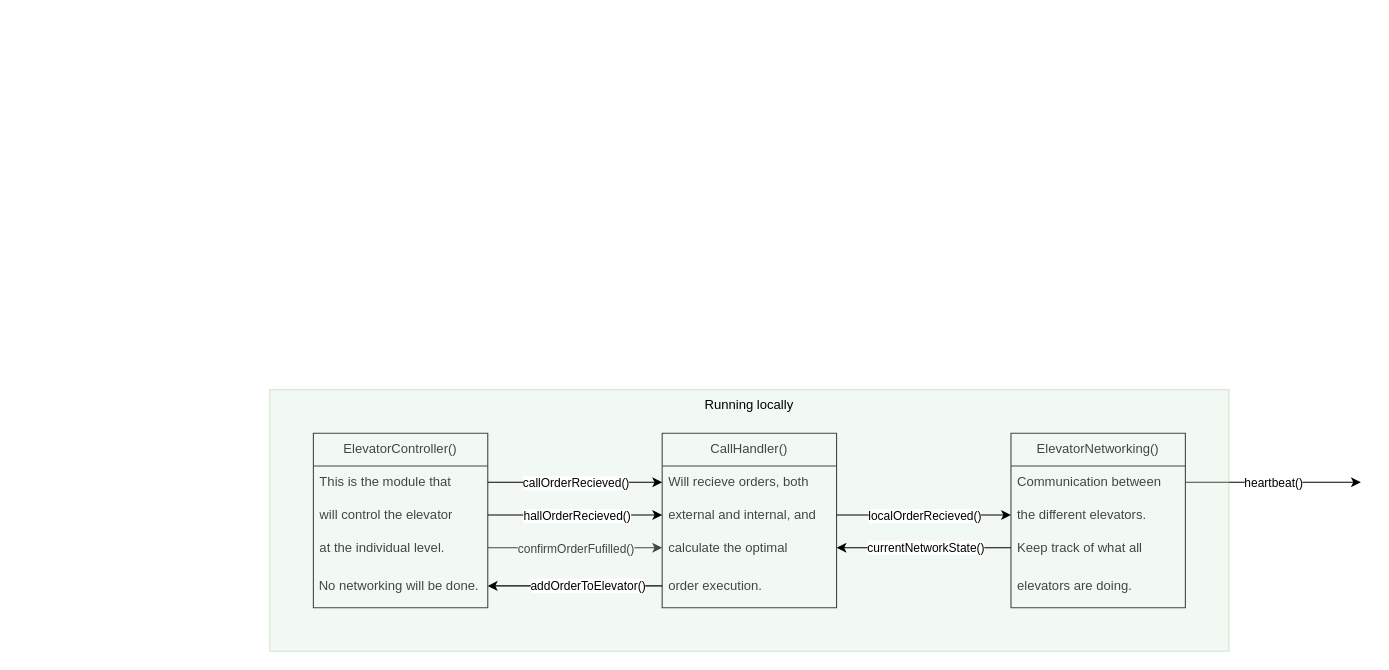
jensmunkerud/ElevatorProject keeps this draw.io diagram as Documentation/planForProgram.drawio. Above is the earlier version. Source tidied: cells renumbered, new cells numbered last; positions are measured from the earlier drawing's top-left corner, leaving out a move shared by most shapes. Both pictures are drawn from the tidied source at 109%, with x=0, y=0 at pixel (269, 389).
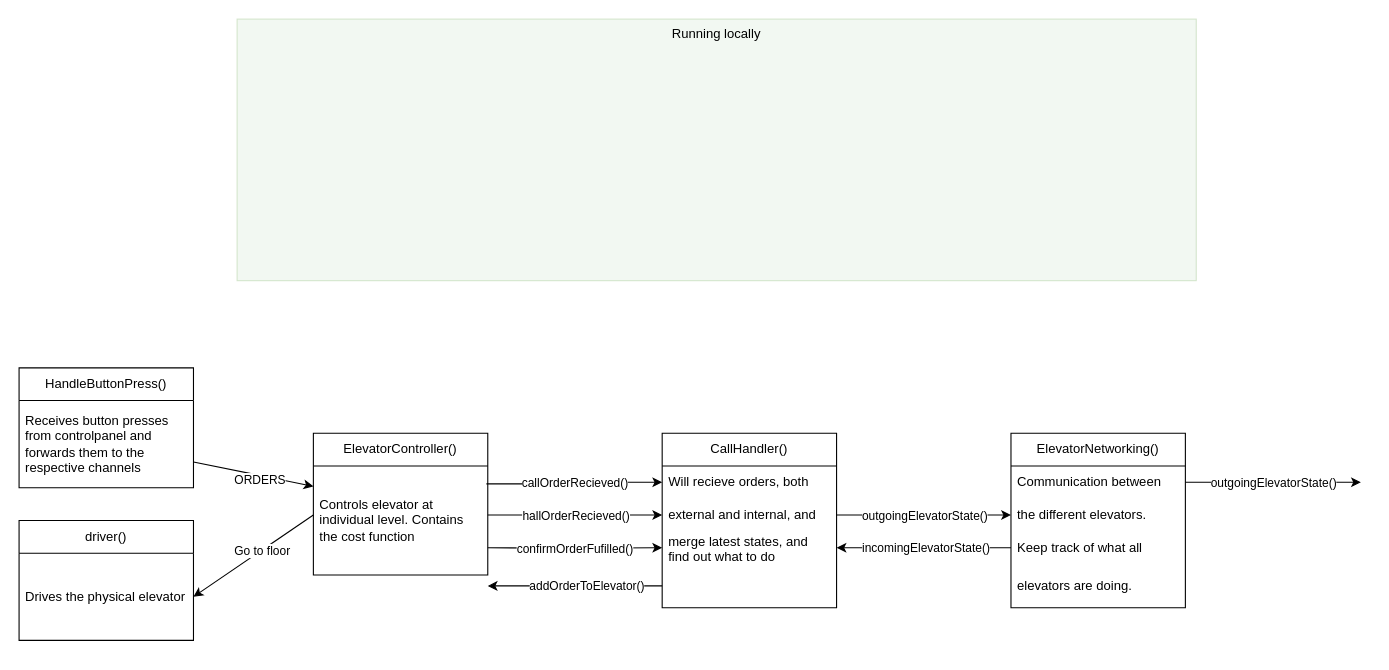
Above is the later version.

Commit message:
updated program graph

Unchanged cells that the change refers to:
```xml
<mxCell id="7" value="CallHandler()" style="swimlane;fontStyle=0;horizontal=1;startSize=30;whiteSpace=wrap;html=1;" parent="1" vertex="1">
  <mxGeometry x="360" y="40" width="160" height="160" as="geometry" />
</mxCell>
<mxCell id="8" value="Will recieve orders, both" style="text;strokeColor=none;fillColor=none;align=left;verticalAlign=middle;spacingLeft=4;spacingRight=4;overflow=hidden;points=[[0,0.5],[1,0.5]];portConstraint=eastwest;whiteSpace=wrap;html=1;" parent="7" vertex="1">
  <mxGeometry y="30" width="160" height="30" as="geometry" />
</mxCell>
<mxCell id="9" value="external and internal, and" style="text;strokeColor=none;fillColor=none;align=left;verticalAlign=middle;spacingLeft=4;spacingRight=4;overflow=hidden;points=[[0,0.5],[1,0.5]];portConstraint=eastwest;whiteSpace=wrap;html=1;" parent="7" vertex="1">
  <mxGeometry y="60" width="160" height="30" as="geometry" />
</mxCell>
<mxCell id="13" style="edgeStyle=orthogonalEdgeStyle;rounded=0;jettySize=auto;html=1;" parent="12" edge="1" source="15">
  <mxGeometry relative="1" as="geometry">
    <mxPoint x="321" y="45" as="targetPoint" />
  </mxGeometry>
</mxCell>
<mxCell id="28" style="edgeStyle=orthogonalEdgeStyle;rounded=0;jettySize=auto;html=1;entryX=0;entryY=0.5;entryDx=0;entryDy=0;" parent="1" edge="1" source="9" target="16">
  <mxGeometry relative="1" as="geometry" />
</mxCell>
<mxCell id="30" style="edgeStyle=orthogonalEdgeStyle;rounded=0;jettySize=auto;html=1;entryX=1;entryY=0.5;entryDx=0;entryDy=0;" parent="1" edge="1" source="17" target="10">
  <mxGeometry relative="1" as="geometry" />
</mxCell>
```

What changed in the source:
```diff
@@
     <mxCell id="2" value="ElevatorController()" style="swimlane;fontStyle=0;horizontal=1;startSize=30;whiteSpace=wrap;html=1;" parent="1" vertex="1">
-      <mxGeometry x="40" y="40" width="160" height="160" as="geometry" />
+      <mxGeometry x="40" y="40" width="160" height="130" as="geometry" />
     </mxCell>
-    <mxCell id="3" value="This is the module that" style="text;strokeColor=none;fillColor=none;align=left;verticalAlign=middle;spacingLeft=4;spacingRight=4;overflow=hidden;points=[[0,0.5],[1,0.5]];portConstraint=eastwest;whiteSpace=wrap;html=1;" parent="2" vertex="1">
-      <mxGeometry y="30" width="160" height="30" as="geometry" />
+    <mxCell id="3" value="Controls elevator at individual level. Contains the cost function" style="text;strokeColor=none;fillColor=none;align=left;verticalAlign=middle;spacingLeft=4;spacingRight=4;overflow=hidden;points=[[0,0.5],[1,0.5]];portConstraint=eastwest;whiteSpace=wrap;html=1;" parent="2" vertex="1">
+      <mxGeometry y="30" width="160" height="100" as="geometry" />
     </mxCell>
-    <mxCell id="4" value="will control the elevator" style="text;strokeColor=none;fillColor=none;align=left;verticalAlign=middle;spacingLeft=4;spacingRight=4;overflow=hidden;points=[[0,0.5],[1,0.5]];portConstraint=eastwest;whiteSpace=wrap;html=1;" parent="2" vertex="1">
-      <mxGeometry y="60" width="160" height="30" as="geometry" />
-    </mxCell>
-    <mxCell id="5" value="at the individual level." style="text;strokeColor=none;fillColor=none;align=left;verticalAlign=middle;spacingLeft=4;spacingRight=4;overflow=hidden;points=[[0,0.5],[1,0.5]];portConstraint=eastwest;whiteSpace=wrap;html=1;" parent="2" vertex="1">
-      <mxGeometry y="90" width="160" height="30" as="geometry" />
-    </mxCell>
-    <mxCell id="6" value="&amp;nbsp;No networking will be done." style="rounded=0;whiteSpace=wrap;html=1;align=left;opacity=0;" parent="2" vertex="1">
-      <mxGeometry y="120" width="160" height="40" as="geometry" />
-    </mxCell>
@@
-    <mxCell id="10" value="calculate the optimal" style="text;strokeColor=none;fillColor=none;align=left;verticalAlign=middle;spacingLeft=4;spacingRight=4;overflow=hidden;points=[[0,0.5],[1,0.5]];portConstraint=eastwest;whiteSpace=wrap;html=1;" parent="7" vertex="1">
+    <mxCell id="10" value="merge latest states, and find out what to do" style="text;strokeColor=none;fillColor=none;align=left;verticalAlign=middle;spacingLeft=4;spacingRight=4;overflow=hidden;points=[[0,0.5],[1,0.5]];portConstraint=eastwest;whiteSpace=wrap;html=1;" parent="7" vertex="1">
       <mxGeometry y="90" width="160" height="30" as="geometry" />
     </mxCell>
-    <mxCell id="11" value="order execution." style="text;strokeColor=none;fillColor=none;align=left;verticalAlign=middle;spacingLeft=4;spacingRight=4;overflow=hidden;points=[[0,0.5],[1,0.5]];portConstraint=eastwest;whiteSpace=wrap;html=1;" parent="7" vertex="1">
+    <mxCell id="11" value="&amp;nbsp;" style="text;strokeColor=none;fillColor=none;align=left;verticalAlign=middle;spacingLeft=4;spacingRight=4;overflow=hidden;points=[[0,0.5],[1,0.5]];portConstraint=eastwest;whiteSpace=wrap;html=1;" parent="7" vertex="1">
       <mxGeometry y="120" width="160" height="40" as="geometry" />
     </mxCell>
@@
-    <mxCell id="14" value="heartbeat()" style="edgeLabel;html=1;align=center;verticalAlign=middle;" parent="13" vertex="1">
+    <mxCell id="14" value="outgoingElevatorState()" style="edgeLabel;html=1;align=center;verticalAlign=middle;" parent="13" vertex="1">
       <mxGeometry x="-0.14" y="-3" relative="1" as="geometry">
         <mxPoint x="11" y="-3" as="offset" />
       </mxGeometry>
     </mxCell>
@@
-    <mxCell id="19" style="edgeStyle=orthogonalEdgeStyle;rounded=0;jettySize=auto;html=1;entryX=0;entryY=0.5;entryDx=0;entryDy=0;exitX=1;exitY=0.5;exitDx=0;exitDy=0;" parent="1" edge="1" source="5" target="10">
-      <mxGeometry relative="1" as="geometry" />
+    <mxCell id="19" style="edgeStyle=orthogonalEdgeStyle;rounded=0;jettySize=auto;html=1;entryX=0;entryY=0.5;entryDx=0;entryDy=0;exitX=1;exitY=0.5;exitDx=0;exitDy=0;" parent="1" edge="1" target="10">
+      <mxGeometry relative="1" as="geometry">
+        <mxPoint x="200" y="145" as="sourcePoint" />
+      </mxGeometry>
     </mxCell>
@@
     <mxCell id="21" value="Running locally" style="rounded=0;whiteSpace=wrap;html=1;fillColor=#d5e8d4;strokeColor=#82b366;opacity=30;verticalAlign=top;" parent="1" vertex="1">
-      <mxGeometry width="880" height="240" as="geometry" />
+      <mxGeometry x="-30" y="-340" width="880" height="240" as="geometry" />
     </mxCell>
-    <mxCell id="22" style="edgeStyle=orthogonalEdgeStyle;rounded=0;jettySize=auto;html=1;entryX=1;entryY=0.5;entryDx=0;entryDy=0;startArrow=classic;startFill=1;endArrow=none;endFill=0;" parent="1" edge="1" source="9" target="4">
-      <mxGeometry relative="1" as="geometry" />
+    <mxCell id="22" style="edgeStyle=orthogonalEdgeStyle;rounded=0;jettySize=auto;html=1;entryX=1;entryY=0.5;entryDx=0;entryDy=0;startArrow=classic;startFill=1;endArrow=none;endFill=0;" parent="1" edge="1" source="9">
+      <mxGeometry relative="1" as="geometry">
+        <mxPoint x="200" y="115" as="targetPoint" />
+      </mxGeometry>
     </mxCell>
@@
-    <mxCell id="24" style="edgeStyle=orthogonalEdgeStyle;rounded=0;jettySize=auto;html=1;entryX=0;entryY=0.5;entryDx=0;entryDy=0;" parent="1" edge="1" source="3" target="8">
+    <mxCell id="24" style="edgeStyle=orthogonalEdgeStyle;rounded=0;jettySize=auto;html=1;entryX=0;entryY=0.5;entryDx=0;entryDy=0;exitX=0.992;exitY=0.164;exitDx=0;exitDy=0;exitPerimeter=0;" parent="1" edge="1" source="3" target="8">
       <mxGeometry relative="1" as="geometry" />
     </mxCell>
     <mxCell id="25" value="callOrderRecieved()" style="edgeLabel;html=1;align=center;verticalAlign=middle;" parent="24" vertex="1">
       <mxGeometry x="-0.18" y="2" relative="1" as="geometry">
-        <mxPoint x="14" y="2" as="offset" />
+        <mxPoint x="14" y="1" as="offset" />
       </mxGeometry>
     </mxCell>
-    <mxCell id="26" style="edgeStyle=orthogonalEdgeStyle;rounded=0;jettySize=auto;html=1;entryX=1;entryY=0.5;entryDx=0;entryDy=0;" parent="1" edge="1" source="11" target="6">
-      <mxGeometry relative="1" as="geometry" />
+    <mxCell id="26" style="edgeStyle=orthogonalEdgeStyle;rounded=0;jettySize=auto;html=1;entryX=1;entryY=0.5;entryDx=0;entryDy=0;" parent="1" edge="1" source="11">
+      <mxGeometry relative="1" as="geometry">
+        <mxPoint x="200" y="180" as="targetPoint" />
+      </mxGeometry>
     </mxCell>
@@
-    <mxCell id="29" value="localOrderRecieved()" style="edgeLabel;html=1;align=center;verticalAlign=middle;" parent="28" vertex="1">
+    <mxCell id="29" value="outgoingElevatorState()" style="edgeLabel;html=1;align=center;verticalAlign=middle;" parent="28" vertex="1">
       <mxGeometry x="-0.04" relative="1" as="geometry">
         <mxPoint x="3" as="offset" />
       </mxGeometry>
     </mxCell>
@@
-    <mxCell id="31" value="currentNetworkState()" style="edgeLabel;html=1;align=center;verticalAlign=middle;" parent="30" vertex="1">
+    <mxCell id="31" value="incomingElevatorState()" style="edgeLabel;html=1;align=center;verticalAlign=middle;" parent="30" vertex="1">
       <mxGeometry x="-0.01" y="-1" relative="1" as="geometry" />
     </mxCell>
+    <mxCell id="32" value="HandleButtonPress()" style="swimlane;fontStyle=0;horizontal=1;startSize=30;whiteSpace=wrap;html=1;" parent="1" vertex="1">
+      <mxGeometry x="-230" y="-20" width="160" height="110" as="geometry" />
+    </mxCell>
+    <mxCell id="33" value="Receives button presses from controlpanel and forwards them to the&amp;nbsp; respective channels&lt;span style=&quot;color: rgb(63, 63, 63); background-color: transparent;&quot;&gt;&amp;nbsp;&lt;/span&gt;" style="text;strokeColor=none;fillColor=none;align=left;verticalAlign=middle;spacingLeft=4;spacingRight=4;overflow=hidden;points=[[0,0.5],[1,0.5]];portConstraint=eastwest;whiteSpace=wrap;html=1;" parent="32" vertex="1">
+      <mxGeometry y="30" width="160" height="80" as="geometry" />
+    </mxCell>
+    <mxCell id="34" style="edgeStyle=none;html=1;" parent="1" edge="1" source="33" target="2">
+      <mxGeometry relative="1" as="geometry" />
+    </mxCell>
+    <mxCell id="35" value="ORDERS" style="edgeLabel;html=1;align=center;verticalAlign=middle;" parent="34" vertex="1">
+      <mxGeometry x="0.26" y="-2" relative="1" as="geometry">
+        <mxPoint x="-9" as="offset" />
+      </mxGeometry>
+    </mxCell>
+    <mxCell id="36" value="driver()" style="swimlane;fontStyle=0;horizontal=1;startSize=30;whiteSpace=wrap;html=1;" parent="1" vertex="1">
+      <mxGeometry x="-230" y="120" width="160" height="110" as="geometry" />
+    </mxCell>
+    <mxCell id="37" value="Drives the physical elevator" style="text;strokeColor=none;fillColor=none;align=left;verticalAlign=middle;spacingLeft=4;spacingRight=4;overflow=hidden;points=[[0,0.5],[1,0.5]];portConstraint=eastwest;whiteSpace=wrap;html=1;" parent="36" vertex="1">
+      <mxGeometry y="30" width="160" height="80" as="geometry" />
+    </mxCell>
+    <mxCell id="38" style="edgeStyle=none;html=1;entryX=1;entryY=0.5;entryDx=0;entryDy=0;exitX=0;exitY=0.5;exitDx=0;exitDy=0;" parent="1" edge="1" target="37">
+      <mxGeometry relative="1" as="geometry">
+        <mxPoint x="40" y="115" as="sourcePoint" />
+      </mxGeometry>
+    </mxCell>
+    <mxCell id="39" value="Go to floor" style="edgeLabel;html=1;align=center;verticalAlign=middle;" parent="38" vertex="1">
+      <mxGeometry x="-0.14" relative="1" as="geometry" />
+    </mxCell>
```
